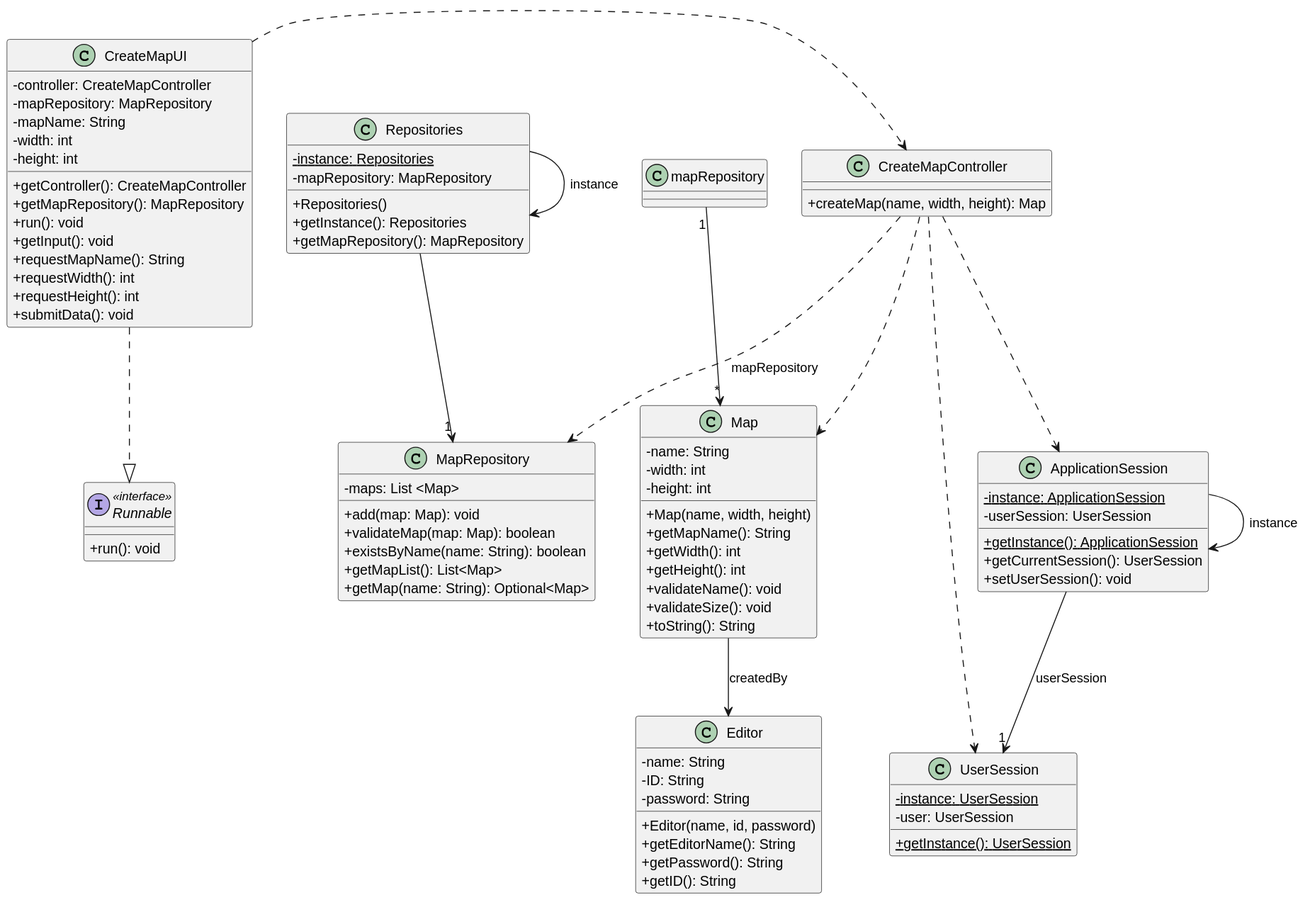
ivasduarte/all-aboard keeps this PlantUML diagram as docs/sprint3/us001/03.design/svg/us001-class-diagram.svg. Above is the earlier version. Source of this version:
```plantuml
@startuml
skinparam classAttributeIconSize 0

class Map {
    -name: String
    -width: int
    -height: int
    +Map(name, width, height)
    +getMapName(): String
    +getWidth(): int
    +getHeight(): int
    +validateName(): void
    +validateSize(): void
    +toString(): String
}

interface Runnable <<interface>>{
    +run(): void
}

class CreateMapUI {
    -controller: CreateMapController
    -mapRepository: MapRepository
    -mapName: String
    -width: int
    -height: int
    +getController(): CreateMapController
    +getMapRepository(): MapRepository
    +run(): void
    +getInput(): void
    +requestMapName(): String
    +requestWidth(): int
    +requestHeight(): int
    +submitData(): void
}

class CreateMapController {
    +createMap(name, width, height): Map
}

class MapRepository {
    -maps: List <Map>
    +add(map: Map): void
    +validateMap(map: Map): boolean
    +existsByName(name: String): boolean
    +getMapList(): List<Map>
    +getMap(name: String): Optional<Map>
}

class Editor {
    -name: String
    -ID: String
    -password: String
    +Editor(name, id, password)
    +getEditorName(): String
    +getPassword(): String
    +getID(): String
}

class Repositories {
    -instance: Repositories{static}
    -mapRepository: MapRepository
    +Repositories()
    +getInstance(): Repositories
    +getMapRepository(): MapRepository
}

class ApplicationSession {
    -instance: ApplicationSession{static}
    -userSession: UserSession
    +getInstance(): ApplicationSession{static}
    +getCurrentSession(): UserSession
    +setUserSession(): void
}

class UserSession {
    -instance: UserSession{static}
    -user: UserSession
    +getInstance(): UserSession{static}
}

Repositories -> Repositories : instance
ApplicationSession -> ApplicationSession : instance

CreateMapUI ..|> Runnable
CreateMapUI .> CreateMapController
CreateMapController ..> Map
CreateMapController ..> ApplicationSession
CreateMapController ..> UserSession
CreateMapController ..> MapRepository : mapRepository

Repositories --> "1" MapRepository

ApplicationSession --> "1" UserSession : userSession
Map --> Editor : createdBy

mapRepository "1" --> "*" Map
@enduml
```
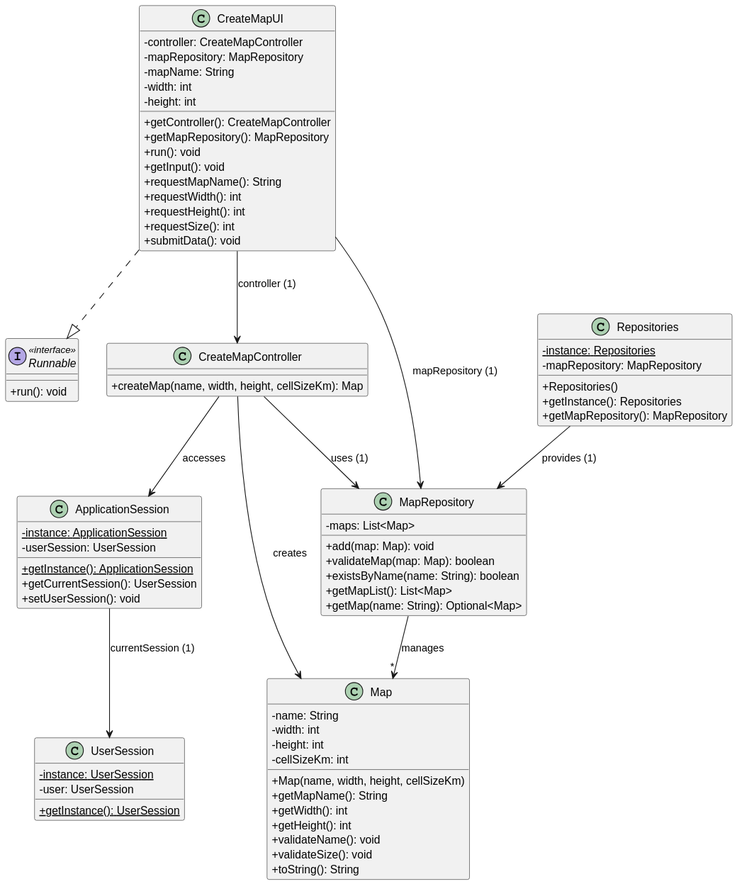
Above is the later version.

Diff of the diagram source:
```diff
@@ -5,7 +5,8 @@
     -name: String
     -width: int
     -height: int
-    +Map(name, width, height)
+    -cellSizeKm: int
+    +Map(name, width, height, cellSizeKm)
     +getMapName(): String
     +getWidth(): int
     +getHeight(): int
@@ -14,7 +15,7 @@
     +toString(): String
 }
 
-interface Runnable <<interface>>{
+interface Runnable <<interface>> {
     +run(): void
 }
 
@@ -31,15 +32,16 @@
     +requestMapName(): String
     +requestWidth(): int
     +requestHeight(): int
+    +requestSize(): int
     +submitData(): void
 }
 
 class CreateMapController {
-    +createMap(name, width, height): Map
+    +createMap(name, width, height, cellSizeKm): Map
 }
 
 class MapRepository {
-    -maps: List <Map>
+    -maps: List<Map>
     +add(map: Map): void
     +validateMap(map: Map): boolean
     +existsByName(name: String): boolean
@@ -47,18 +49,8 @@
     +getMap(name: String): Optional<Map>
 }
 
-class Editor {
-    -name: String
-    -ID: String
-    -password: String
-    +Editor(name, id, password)
-    +getEditorName(): String
-    +getPassword(): String
-    +getID(): String
-}
-
 class Repositories {
-    -instance: Repositories{static}
+    -instance: Repositories {static}
     -mapRepository: MapRepository
     +Repositories()
     +getInstance(): Repositories
@@ -66,33 +58,29 @@
 }
 
 class ApplicationSession {
-    -instance: ApplicationSession{static}
+    -instance: ApplicationSession {static}
     -userSession: UserSession
-    +getInstance(): ApplicationSession{static}
+    +getInstance(): ApplicationSession {static}
     +getCurrentSession(): UserSession
     +setUserSession(): void
 }
 
 class UserSession {
-    -instance: UserSession{static}
+    -instance: UserSession {static}
     -user: UserSession
-    +getInstance(): UserSession{static}
+    +getInstance(): UserSession {static}
 }
 
-Repositories -> Repositories : instance
-ApplicationSession -> ApplicationSession : instance
+CreateMapUI ..|> Runnable
 
-CreateMapUI ..|> Runnable
-CreateMapUI .> CreateMapController
-CreateMapController ..> Map
-CreateMapController ..> ApplicationSession
-CreateMapController ..> UserSession
-CreateMapController ..> MapRepository : mapRepository
+CreateMapUI --> CreateMapController : controller (1)
+CreateMapUI --> MapRepository : mapRepository (1)
 
-Repositories --> "1" MapRepository
+CreateMapController --> Map : creates
+CreateMapController --> MapRepository : uses (1)
+CreateMapController --> ApplicationSession : accesses
+ApplicationSession --> UserSession : currentSession (1)
 
-ApplicationSession --> "1" UserSession : userSession
-Map --> Editor : createdBy
-
-mapRepository "1" --> "*" Map
+Repositories --> MapRepository : provides (1)
+MapRepository --> "*" Map : manages
 @enduml
```
